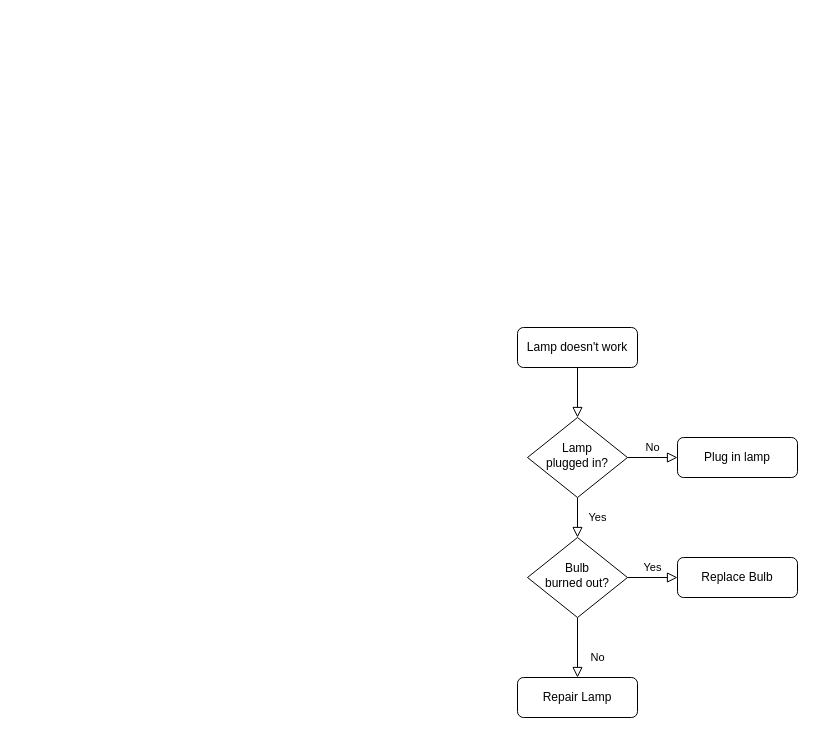
yyyAlgorithms/YYYPython keeps this draw.io diagram as page "Page-1" (1 of 2) of 未命名绘图.drawio. Above is the earlier version. Source tidied: cells renumbered, new cells numbered last; positions are measured from the earlier drawing's top-left corner, leaving out a move shared by most shapes. Both pictures are drawn from the tidied source at 100%, with x=0, y=0 at pixel (517, 327).
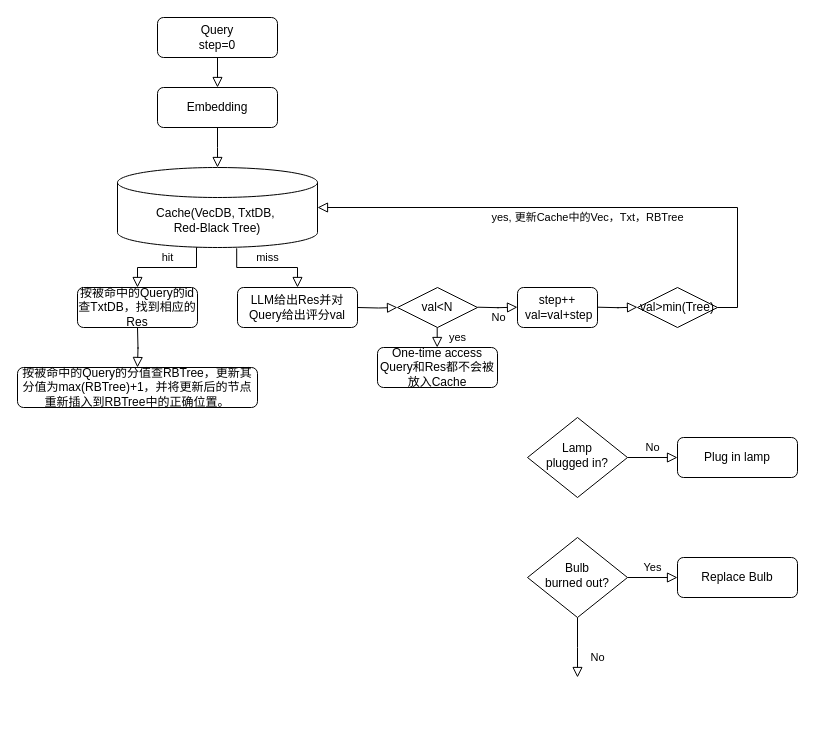
The same page after the edit.

Unchanged cells that the change refers to:
```xml
<mxCell id="6" value="Lamp&lt;br&gt;plugged in?" style="rhombus;whiteSpace=wrap;html=1;shadow=0;fontFamily=Helvetica;fontSize=12;align=center;strokeWidth=1;spacing=6;spacingTop=-4;" parent="1" vertex="1">
  <mxGeometry x="10" y="90" width="100" height="80" as="geometry" />
</mxCell>
<mxCell id="10" value="Bulb&lt;br&gt;burned out?" style="rhombus;whiteSpace=wrap;html=1;shadow=0;fontFamily=Helvetica;fontSize=12;align=center;strokeWidth=1;spacing=6;spacingTop=-4;" parent="1" vertex="1">
  <mxGeometry x="10" y="210" width="100" height="80" as="geometry" />
</mxCell>
```

Change to the diagram source:
```diff
@@
-    <mxCell id="2" style="rounded=0;html=1;jettySize=auto;fontSize=11;endArrow=block;endFill=0;endSize=8;strokeWidth=1;shadow=0;labelBackgroundColor=none;edgeStyle=orthogonalEdgeStyle;" parent="1" edge="1" source="3" target="6">
-      <mxGeometry relative="1" as="geometry" />
+    <mxCell id="2" style="rounded=0;html=1;jettySize=auto;fontSize=11;endArrow=block;endFill=0;endSize=8;strokeWidth=1;shadow=0;labelBackgroundColor=none;edgeStyle=orthogonalEdgeStyle;" parent="1" edge="1" source="3">
+      <mxGeometry relative="1" as="geometry">
+        <mxPoint x="-300" y="-160" as="targetPoint" />
+      </mxGeometry>
     </mxCell>
-    <mxCell id="3" value="Lamp doesn't work" style="rounded=1;whiteSpace=wrap;html=1;fontSize=12;glass=0;strokeWidth=1;shadow=0;" parent="1" vertex="1">
-      <mxGeometry width="120" height="40" as="geometry" />
+    <mxCell id="3" value="Embedding" style="rounded=1;whiteSpace=wrap;html=1;fontSize=12;glass=0;strokeWidth=1;shadow=0;" parent="1" vertex="1">
+      <mxGeometry x="-360" y="-240" width="120" height="40" as="geometry" />
     </mxCell>
-    <mxCell id="4" value="Yes" style="rounded=0;html=1;jettySize=auto;fontSize=11;endArrow=block;endFill=0;endSize=8;strokeWidth=1;shadow=0;labelBackgroundColor=none;edgeStyle=orthogonalEdgeStyle;" parent="1" edge="1" source="6" target="10">
-      <mxGeometry y="20" relative="1" as="geometry" />
-    </mxCell>
@@
-    <mxCell id="8" value="No" style="rounded=0;html=1;jettySize=auto;fontSize=11;endArrow=block;endFill=0;endSize=8;strokeWidth=1;shadow=0;labelBackgroundColor=none;edgeStyle=orthogonalEdgeStyle;" parent="1" edge="1" source="10" target="11">
-      <mxGeometry x="0.33" y="20" relative="1" as="geometry" />
+    <mxCell id="8" value="No" style="rounded=0;html=1;jettySize=auto;fontSize=11;endArrow=block;endFill=0;endSize=8;strokeWidth=1;shadow=0;labelBackgroundColor=none;edgeStyle=orthogonalEdgeStyle;" parent="1" edge="1" source="10">
+      <mxGeometry x="0.33" y="20" relative="1" as="geometry">
+        <mxPoint x="60" y="350" as="targetPoint" />
+      </mxGeometry>
     </mxCell>
@@
-    <mxCell id="11" value="Repair Lamp" style="rounded=1;whiteSpace=wrap;html=1;fontSize=12;glass=0;strokeWidth=1;shadow=0;" parent="1" vertex="1">
-      <mxGeometry y="350" width="120" height="40" as="geometry" />
+    <mxCell id="11" value="One-time access&lt;div&gt;Query和Res都不会被放入Cache&lt;/div&gt;" style="rounded=1;whiteSpace=wrap;html=1;fontSize=12;glass=0;strokeWidth=1;shadow=0;" parent="1" vertex="1">
+      <mxGeometry x="-140" y="20" width="120" height="40" as="geometry" />
     </mxCell>
@@
+    <mxCell id="13" style="rounded=0;html=1;jettySize=auto;fontSize=11;endArrow=block;endFill=0;endSize=8;strokeWidth=1;shadow=0;labelBackgroundColor=none;edgeStyle=orthogonalEdgeStyle;" parent="1" edge="1" source="14" target="3">
+      <mxGeometry relative="1" as="geometry" />
+    </mxCell>
+    <mxCell id="14" value="Query&lt;div&gt;step=0&lt;/div&gt;" style="rounded=1;whiteSpace=wrap;html=1;fontSize=12;glass=0;strokeWidth=1;shadow=0;" parent="1" vertex="1">
+      <mxGeometry x="-360" y="-310" width="120" height="40" as="geometry" />
+    </mxCell>
+    <mxCell id="15" value="Cache(VecDB, TxtDB,&amp;nbsp;&lt;div&gt;Red-Black Tree)&lt;/div&gt;" style="shape=cylinder3;whiteSpace=wrap;html=1;boundedLbl=1;backgroundOutline=1;size=15;" parent="1" vertex="1">
+      <mxGeometry x="-400" y="-160" width="200" height="80" as="geometry" />
+    </mxCell>
+    <mxCell id="16" value="hit" style="rounded=0;html=1;jettySize=auto;fontSize=11;endArrow=block;endFill=0;endSize=8;strokeWidth=1;shadow=0;labelBackgroundColor=none;edgeStyle=orthogonalEdgeStyle;entryX=0.5;entryY=0;entryDx=0;entryDy=0;" parent="1" edge="1" target="17">
+      <mxGeometry y="-10" relative="1" as="geometry">
+        <mxPoint x="-320" y="-80" as="sourcePoint" />
+        <Array as="points">
+          <mxPoint x="-321" y="-60" />
+          <mxPoint x="-380" y="-60" />
+        </Array>
+      </mxGeometry>
+    </mxCell>
+    <mxCell id="17" value="按被命中的Query的id查TxtDB，找到相应的Res" style="rounded=1;whiteSpace=wrap;html=1;" parent="1" vertex="1">
+      <mxGeometry x="-440" y="-40" width="120" height="40" as="geometry" />
+    </mxCell>
+    <mxCell id="18" value="按被命中的Query的分值查RBTree，更新其分值为max(RBTree)+1，并将更新后的节点重新插入到RBTree中的正确位置。" style="rounded=1;whiteSpace=wrap;html=1;" parent="1" vertex="1">
+      <mxGeometry x="-500" y="40" width="240" height="40" as="geometry" />
+    </mxCell>
+    <mxCell id="19" style="rounded=0;html=1;jettySize=auto;orthogonalLoop=1;fontSize=11;endArrow=block;endFill=0;endSize=8;strokeWidth=1;shadow=0;labelBackgroundColor=none;edgeStyle=orthogonalEdgeStyle;" parent="1" edge="1">
+      <mxGeometry relative="1" as="geometry">
+        <mxPoint x="-380" as="sourcePoint" />
+        <mxPoint x="-380" y="40" as="targetPoint" />
+      </mxGeometry>
+    </mxCell>
+    <mxCell id="20" value="LLM给出Res并对Query给出评分val" style="rounded=1;whiteSpace=wrap;html=1;" parent="1" vertex="1">
+      <mxGeometry x="-280" y="-40" width="120" height="40" as="geometry" />
+    </mxCell>
+    <mxCell id="21" value="val&amp;lt;N" style="rhombus;whiteSpace=wrap;html=1;" parent="1" vertex="1">
+      <mxGeometry x="-120" y="-40" width="80" height="40" as="geometry" />
+    </mxCell>
+    <mxCell id="22" value="yes" style="rounded=0;html=1;jettySize=auto;orthogonalLoop=1;fontSize=11;endArrow=block;endFill=0;endSize=8;strokeWidth=1;shadow=0;labelBackgroundColor=none;edgeStyle=orthogonalEdgeStyle;" parent="1" edge="1">
+      <mxGeometry y="20" relative="1" as="geometry">
+        <mxPoint x="-80.3" as="sourcePoint" />
+        <mxPoint x="-80.3" y="20" as="targetPoint" />
+      </mxGeometry>
+    </mxCell>
+    <mxCell id="23" value="No" style="edgeStyle=orthogonalEdgeStyle;rounded=0;html=1;jettySize=auto;orthogonalLoop=1;fontSize=11;endArrow=block;endFill=0;endSize=8;strokeWidth=1;shadow=0;labelBackgroundColor=none;" parent="1" edge="1">
+      <mxGeometry y="10" relative="1" as="geometry">
+        <mxPoint x="-40" y="-20.3" as="sourcePoint" />
+        <mxPoint y="-20.3" as="targetPoint" />
+      </mxGeometry>
+    </mxCell>
+    <mxCell id="24" value="step++&lt;div&gt;&amp;nbsp;val=val+step&lt;/div&gt;" style="rounded=1;whiteSpace=wrap;html=1;" parent="1" vertex="1">
+      <mxGeometry y="-40" width="80" height="40" as="geometry" />
+    </mxCell>
+    <mxCell id="25" value="val&amp;gt;min(Tree)" style="rhombus;whiteSpace=wrap;html=1;" parent="1" vertex="1">
+      <mxGeometry x="120" y="-40" width="80" height="40" as="geometry" />
+    </mxCell>
+    <mxCell id="26" value="yes, 更新Cache中的Vec，Txt，RBTree" style="edgeStyle=orthogonalEdgeStyle;rounded=0;html=1;jettySize=auto;fontSize=11;endArrow=block;endFill=0;endSize=8;strokeWidth=1;shadow=0;labelBackgroundColor=none;exitX=1;exitY=0.5;exitDx=0;exitDy=0;entryX=1;entryY=0.5;entryDx=0;entryDy=0;entryPerimeter=0;" parent="1" edge="1" source="25" target="15">
+      <mxGeometry y="10" relative="1" as="geometry">
+        <Array as="points">
+          <mxPoint x="220" y="-20" />
+          <mxPoint x="220" y="-120" />
+        </Array>
+      </mxGeometry>
+    </mxCell>
+    <mxCell id="27" value="miss" style="edgeStyle=orthogonalEdgeStyle;rounded=0;html=1;jettySize=auto;fontSize=11;endArrow=block;endFill=0;endSize=8;strokeWidth=1;shadow=0;labelBackgroundColor=none;exitX=0.596;exitY=1.01;exitDx=0;exitDy=0;exitPerimeter=0;entryX=0.5;entryY=0;entryDx=0;entryDy=0;" parent="1" edge="1" source="15" target="20">
+      <mxGeometry y="10" relative="1" as="geometry" />
+    </mxCell>
+    <mxCell id="28" style="rounded=0;html=1;jettySize=auto;fontSize=11;endArrow=block;endFill=0;endSize=8;strokeWidth=1;shadow=0;labelBackgroundColor=none;edgeStyle=orthogonalEdgeStyle;entryX=0;entryY=0.5;entryDx=0;entryDy=0;" parent="1" edge="1" target="21">
+      <mxGeometry relative="1" as="geometry">
+        <mxPoint x="-160" y="-20" as="sourcePoint" />
+      </mxGeometry>
+    </mxCell>
+    <mxCell id="29" style="rounded=0;html=1;jettySize=auto;orthogonalLoop=1;fontSize=11;endArrow=block;endFill=0;endSize=8;strokeWidth=1;shadow=0;labelBackgroundColor=none;edgeStyle=orthogonalEdgeStyle;entryX=0;entryY=0.5;entryDx=0;entryDy=0;" parent="1" edge="1">
+      <mxGeometry relative="1" as="geometry">
+        <mxPoint x="80" y="-20.3" as="sourcePoint" />
+        <mxPoint x="120" y="-20.3" as="targetPoint" />
+      </mxGeometry>
+    </mxCell>
```
